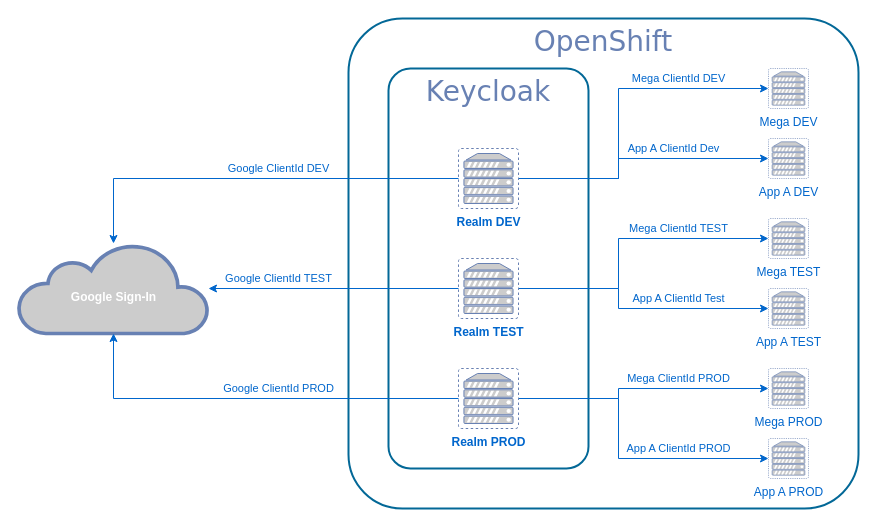
Earlier version of the draw.io diagram docs/rollenverwaltung.drawio (Gepardec/mega). Source tidied: cells renumbered, new cells numbered last; positions are measured from the earlier drawing's top-left corner, leaving out a move shared by most shapes. Both pictures are drawn from the tidied source at 100%, with x=0, y=0 at pixel (18, 18).
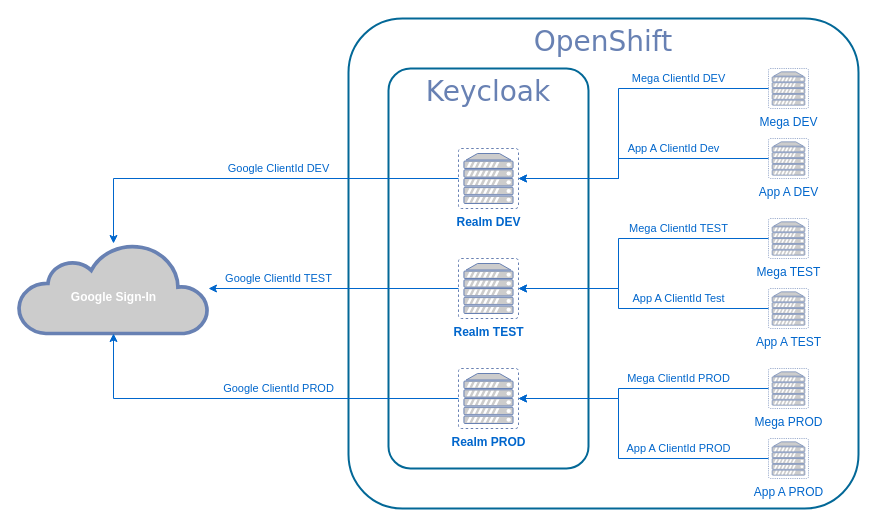
The same page after the edit.

The change refers to these unchanged cells:
```xml
<mxCell id="8" value="Realm DEV" style="fontColor=#0066CC;verticalAlign=top;verticalLabelPosition=bottom;labelPosition=center;align=center;html=1;outlineConnect=0;fillColor=#CCCCCC;strokeColor=#6881B3;gradientColor=none;gradientDirection=north;strokeWidth=2;shape=mxgraph.networks.virtual_server;labelBackgroundColor=none;fontStyle=1;" parent="1" vertex="1">
  <mxGeometry x="440" y="130" width="60" height="60" as="geometry" />
</mxCell>
<mxCell id="12" value="Realm TEST" style="fontColor=#0066CC;verticalAlign=top;verticalLabelPosition=bottom;labelPosition=center;align=center;html=1;outlineConnect=0;fillColor=#CCCCCC;strokeColor=#6881B3;gradientColor=none;gradientDirection=north;strokeWidth=2;shape=mxgraph.networks.virtual_server;labelBackgroundColor=none;fontStyle=1;" parent="1" vertex="1">
  <mxGeometry x="440" y="240" width="60" height="60" as="geometry" />
</mxCell>
<mxCell id="16" value="Realm PROD" style="fontColor=#0066CC;verticalAlign=top;verticalLabelPosition=bottom;labelPosition=center;align=center;html=1;outlineConnect=0;fillColor=#CCCCCC;strokeColor=#6881B3;gradientColor=none;gradientDirection=north;strokeWidth=2;shape=mxgraph.networks.virtual_server;labelBackgroundColor=none;fontStyle=1;" parent="1" vertex="1">
  <mxGeometry x="440" y="350" width="60" height="60" as="geometry" />
</mxCell>
<mxCell id="17" value="Mega DEV" style="fontColor=#0066CC;verticalAlign=top;verticalLabelPosition=bottom;labelPosition=center;align=center;html=1;outlineConnect=0;fillColor=#CCCCCC;strokeColor=#6881B3;gradientColor=none;gradientDirection=north;strokeWidth=2;shape=mxgraph.networks.virtual_server;labelBackgroundColor=none;" parent="1" vertex="1">
  <mxGeometry x="750" y="50" width="40" height="40" as="geometry" />
</mxCell>
<mxCell id="18" value="Mega TEST" style="fontColor=#0066CC;verticalAlign=top;verticalLabelPosition=bottom;labelPosition=center;align=center;html=1;outlineConnect=0;fillColor=#CCCCCC;strokeColor=#6881B3;gradientColor=none;gradientDirection=north;strokeWidth=2;shape=mxgraph.networks.virtual_server;labelBackgroundColor=none;" parent="1" vertex="1">
  <mxGeometry x="750" y="200" width="40" height="40" as="geometry" />
</mxCell>
<mxCell id="19" value="Mega PROD" style="fontColor=#0066CC;verticalAlign=top;verticalLabelPosition=bottom;labelPosition=center;align=center;html=1;outlineConnect=0;fillColor=#CCCCCC;strokeColor=#6881B3;gradientColor=none;gradientDirection=north;strokeWidth=2;shape=mxgraph.networks.virtual_server;labelBackgroundColor=none;" parent="1" vertex="1">
  <mxGeometry x="750" y="350" width="40" height="40" as="geometry" />
</mxCell>
<mxCell id="20" value="App A DEV" style="fontColor=#0066CC;verticalAlign=top;verticalLabelPosition=bottom;labelPosition=center;align=center;html=1;outlineConnect=0;fillColor=#CCCCCC;strokeColor=#6881B3;gradientColor=none;gradientDirection=north;strokeWidth=2;shape=mxgraph.networks.virtual_server;labelBackgroundColor=none;" parent="1" vertex="1">
  <mxGeometry x="750" y="120" width="40" height="40" as="geometry" />
</mxCell>
<mxCell id="21" value="App A TEST" style="fontColor=#0066CC;verticalAlign=top;verticalLabelPosition=bottom;labelPosition=center;align=center;html=1;outlineConnect=0;fillColor=#CCCCCC;strokeColor=#6881B3;gradientColor=none;gradientDirection=north;strokeWidth=2;shape=mxgraph.networks.virtual_server;labelBackgroundColor=none;" parent="1" vertex="1">
  <mxGeometry x="750" y="270" width="40" height="40" as="geometry" />
</mxCell>
<mxCell id="22" value="App A PROD" style="fontColor=#0066CC;verticalAlign=top;verticalLabelPosition=bottom;labelPosition=center;align=center;html=1;outlineConnect=0;fillColor=#CCCCCC;strokeColor=#6881B3;gradientColor=none;gradientDirection=north;strokeWidth=2;shape=mxgraph.networks.virtual_server;labelBackgroundColor=none;" parent="1" vertex="1">
  <mxGeometry x="750" y="420" width="40" height="40" as="geometry" />
</mxCell>
```

Diff of the diagram source:
```diff
@@
-    <mxCell id="6" value="Mega ClientId DEV" style="edgeStyle=orthogonalEdgeStyle;rounded=0;jettySize=auto;html=1;exitX=1;exitY=0.5;exitDx=0;exitDy=0;exitPerimeter=0;entryX=0;entryY=0.5;entryDx=0;entryDy=0;entryPerimeter=0;fontColor=#0066CC;labelBackgroundColor=none;strokeColor=#0066CC;" parent="1" edge="1" source="8" target="17">
+    <mxCell id="6" value="Mega ClientId DEV" style="edgeStyle=orthogonalEdgeStyle;rounded=0;jettySize=auto;html=1;exitX=1;exitY=0.5;exitDx=0;exitDy=0;exitPerimeter=0;entryX=0;entryY=0.5;entryDx=0;entryDy=0;entryPerimeter=0;fontColor=#0066CC;labelBackgroundColor=none;strokeColor=#0066CC;endArrow=none;endFill=0;startArrow=classic;startFill=1;" parent="1" edge="1" source="8" target="17">
       <mxGeometry x="0.47" y="10" relative="1" as="geometry">
         <Array as="points">
           <mxPoint x="600" y="160" />
           <mxPoint x="600" y="70" />
         </Array>
       </mxGeometry>
     </mxCell>
-    <mxCell id="7" value="App A ClientId Dev" style="edgeStyle=orthogonalEdgeStyle;rounded=0;jettySize=auto;html=1;exitX=1;exitY=0.5;exitDx=0;exitDy=0;exitPerimeter=0;fontColor=#0066CC;entryX=0;entryY=0.5;entryDx=0;entryDy=0;entryPerimeter=0;labelBackgroundColor=none;strokeColor=#0066CC;" parent="1" edge="1" source="8" target="20">
+    <mxCell id="7" value="App A ClientId Dev" style="edgeStyle=orthogonalEdgeStyle;rounded=0;jettySize=auto;html=1;exitX=1;exitY=0.5;exitDx=0;exitDy=0;exitPerimeter=0;fontColor=#0066CC;entryX=0;entryY=0.5;entryDx=0;entryDy=0;entryPerimeter=0;labelBackgroundColor=none;strokeColor=#0066CC;endArrow=none;endFill=0;startArrow=classic;startFill=1;" parent="1" edge="1" source="8" target="20">
       <mxGeometry x="0.52" y="32" relative="1" as="geometry">
         <Array as="points">
           <mxPoint x="600" y="160" />
           <mxPoint x="600" y="140" />
         </Array>
         <mxPoint x="-30" y="22" as="offset" />
       </mxGeometry>
     </mxCell>
@@
-    <mxCell id="10" value="Mega ClientId TEST" style="edgeStyle=orthogonalEdgeStyle;rounded=0;jettySize=auto;html=1;exitX=1;exitY=0.5;exitDx=0;exitDy=0;exitPerimeter=0;entryX=0;entryY=0.5;entryDx=0;entryDy=0;entryPerimeter=0;fontColor=#0066CC;labelBackgroundColor=none;strokeColor=#0066CC;" parent="1" edge="1" source="12" target="18">
+    <mxCell id="10" value="Mega ClientId TEST" style="edgeStyle=orthogonalEdgeStyle;rounded=0;jettySize=auto;html=1;exitX=1;exitY=0.5;exitDx=0;exitDy=0;exitPerimeter=0;entryX=0;entryY=0.5;entryDx=0;entryDy=0;entryPerimeter=0;fontColor=#0066CC;labelBackgroundColor=none;strokeColor=#0066CC;endArrow=none;endFill=0;startArrow=classic;startFill=1;" parent="1" edge="1" source="12" target="18">
       <mxGeometry x="0.4" y="10" relative="1" as="geometry">
         <Array as="points">
           <mxPoint x="600" y="270" />
           <mxPoint x="600" y="220" />
         </Array>
       </mxGeometry>
     </mxCell>
-    <mxCell id="11" value="App A ClientId Test" style="edgeStyle=orthogonalEdgeStyle;rounded=0;jettySize=auto;html=1;exitX=1;exitY=0.5;exitDx=0;exitDy=0;exitPerimeter=0;entryX=0;entryY=0.5;entryDx=0;entryDy=0;entryPerimeter=0;fontColor=#0066CC;labelBackgroundColor=none;strokeColor=#0066CC;" parent="1" edge="1" source="12" target="21">
+    <mxCell id="11" value="App A ClientId Test" style="edgeStyle=orthogonalEdgeStyle;rounded=0;jettySize=auto;html=1;exitX=1;exitY=0.5;exitDx=0;exitDy=0;exitPerimeter=0;entryX=0;entryY=0.5;entryDx=0;entryDy=0;entryPerimeter=0;fontColor=#0066CC;labelBackgroundColor=none;strokeColor=#0066CC;endArrow=none;endFill=0;startArrow=classic;startFill=1;" parent="1" edge="1" source="12" target="21">
       <mxGeometry x="0.33" y="10" relative="1" as="geometry">
         <Array as="points">
           <mxPoint x="600" y="270" />
           <mxPoint x="600" y="290" />
         </Array>
       </mxGeometry>
     </mxCell>
@@
-    <mxCell id="14" value="Mega ClientId PROD" style="edgeStyle=orthogonalEdgeStyle;rounded=0;jettySize=auto;html=1;exitX=1;exitY=0.5;exitDx=0;exitDy=0;exitPerimeter=0;entryX=0;entryY=0.5;entryDx=0;entryDy=0;entryPerimeter=0;fontColor=#0066CC;labelBackgroundColor=none;strokeColor=#0066CC;" parent="1" edge="1" source="16" target="19">
+    <mxCell id="14" value="Mega ClientId PROD" style="edgeStyle=orthogonalEdgeStyle;rounded=0;jettySize=auto;html=1;exitX=1;exitY=0.5;exitDx=0;exitDy=0;exitPerimeter=0;entryX=0;entryY=0.5;entryDx=0;entryDy=0;entryPerimeter=0;fontColor=#0066CC;labelBackgroundColor=none;strokeColor=#0066CC;endArrow=none;endFill=0;startArrow=classic;startFill=1;" parent="1" edge="1" source="16" target="19">
       <mxGeometry x="0.31" y="10" relative="1" as="geometry">
         <Array as="points">
           <mxPoint x="600" y="380" />
           <mxPoint x="600" y="370" />
         </Array>
       </mxGeometry>
     </mxCell>
-    <mxCell id="15" value="App A ClientId PROD" style="edgeStyle=orthogonalEdgeStyle;rounded=0;jettySize=auto;html=1;exitX=1;exitY=0.5;exitDx=0;exitDy=0;exitPerimeter=0;entryX=0;entryY=0.5;entryDx=0;entryDy=0;entryPerimeter=0;fontColor=#0066CC;labelBackgroundColor=none;strokeColor=#0066CC;" parent="1" edge="1" source="16" target="22">
+    <mxCell id="15" value="App A ClientId PROD" style="edgeStyle=orthogonalEdgeStyle;rounded=0;jettySize=auto;html=1;exitX=1;exitY=0.5;exitDx=0;exitDy=0;exitPerimeter=0;entryX=0;entryY=0.5;entryDx=0;entryDy=0;entryPerimeter=0;fontColor=#0066CC;labelBackgroundColor=none;strokeColor=#0066CC;endArrow=none;endFill=0;startArrow=classic;startFill=1;" parent="1" edge="1" source="16" target="22">
       <mxGeometry x="0.42" y="10" relative="1" as="geometry">
         <Array as="points">
           <mxPoint x="600" y="380" />
           <mxPoint x="600" y="440" />
         </Array>
       </mxGeometry>
     </mxCell>
```
